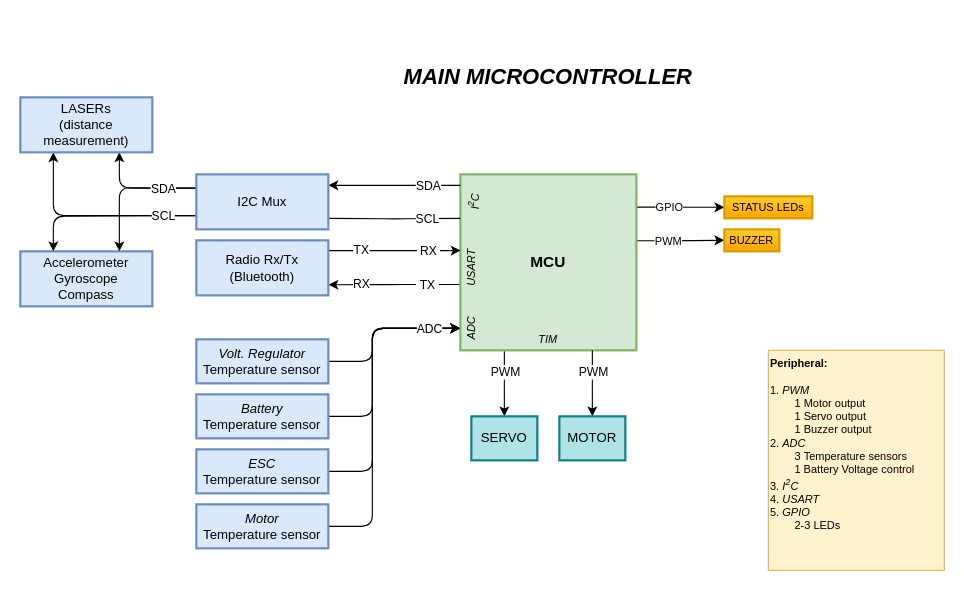
Before: Schematics and Diagrams/SchematicDrawing_MCU.drawio in vladubase/Roborace, a draw.io diagram. Source tidied: cells renumbered, new cells numbered last; positions are measured from the earlier drawing's top-left corner, leaving out a move shared by most shapes. Both pictures are drawn from the tidied source at 110%, with x=0, y=0 at pixel (9, 64).
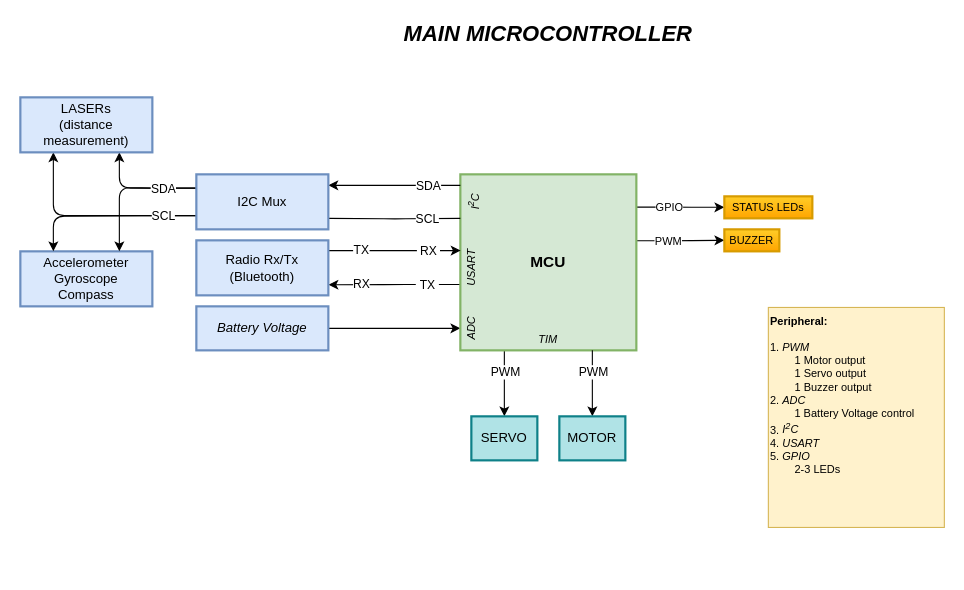
After the change.

The change refers to these unchanged cells:
```xml
<mxCell id="13" value="&lt;font style=&quot;font-size: 14px&quot;&gt;&lt;b&gt;MCU&lt;br&gt;&lt;/b&gt;&lt;/font&gt;" style="whiteSpace=wrap;html=1;strokeWidth=2;fillColor=#d5e8d4;strokeColor=#82b366;shadow=0;sketch=0;" parent="1" vertex="1">
  <mxGeometry x="410" y="100" width="160" height="160" as="geometry" />
</mxCell>
<mxCell id="33" value="ADC" style="text;html=1;strokeColor=none;fillColor=none;align=center;verticalAlign=middle;whiteSpace=wrap;rounded=0;labelBackgroundColor=none;labelBorderColor=none;fontSize=10;fontStyle=2;horizontal=0;" parent="1" vertex="1">
  <mxGeometry x="410" y="220" width="20" height="40" as="geometry" />
</mxCell>
```

What changed in the source:
```diff
@@
-    <mxCell id="2" style="edgeStyle=orthogonalEdgeStyle;rounded=1;jettySize=auto;html=1;entryX=0;entryY=0.5;entryDx=0;entryDy=0;startArrow=none;startFill=0;endArrow=classic;endFill=1;strokeWidth=1;" parent="1" edge="1" source="39" target="33">
-      <mxGeometry relative="1" as="geometry">
-        <Array as="points">
-          <mxPoint x="330" y="420" />
-          <mxPoint x="330" y="240" />
-        </Array>
-      </mxGeometry>
-    </mxCell>
     <mxCell id="3" style="edgeStyle=orthogonalEdgeStyle;rounded=1;jettySize=auto;html=1;entryX=0;entryY=0.5;entryDx=0;entryDy=0;fontSize=14;exitX=1;exitY=0.5;exitDx=0;exitDy=0;" parent="1" edge="1" source="37">
       <mxGeometry relative="1" as="geometry">
         <mxPoint x="410" y="240" as="targetPoint" />
         <Array as="points">
-          <mxPoint x="330" y="270" />
-          <mxPoint x="330" y="240" />
+          <mxPoint x="310" y="240" />
+          <mxPoint x="310" y="240" />
         </Array>
       </mxGeometry>
     </mxCell>
-    <mxCell id="4" style="edgeStyle=orthogonalEdgeStyle;rounded=1;jettySize=auto;html=1;entryX=0;entryY=0.5;entryDx=0;entryDy=0;fontSize=14;exitX=1;exitY=0.5;exitDx=0;exitDy=0;" parent="1" edge="1" source="36" target="33">
-      <mxGeometry relative="1" as="geometry">
-        <Array as="points">
-          <mxPoint x="330" y="320" />
-          <mxPoint x="330" y="240" />
-        </Array>
-      </mxGeometry>
-    </mxCell>
@@
-    <mxCell id="14" style="edgeStyle=orthogonalEdgeStyle;jettySize=auto;html=1;rounded=1;entryX=-0.001;entryY=0.874;entryDx=0;entryDy=0;entryPerimeter=0;exitX=1;exitY=0.5;exitDx=0;exitDy=0;" parent="1" edge="1" source="16" target="13">
-      <mxGeometry relative="1" as="geometry">
-        <Array as="points">
-          <mxPoint x="330" y="370" />
-          <mxPoint x="330" y="240" />
-        </Array>
-      </mxGeometry>
-    </mxCell>
-    <mxCell id="15" value="ADC" style="edgeLabel;html=1;align=center;verticalAlign=middle;" parent="14" vertex="1">
-      <mxGeometry x="0.22" y="-1" relative="1" as="geometry">
-        <mxPoint x="50" y="-17" as="offset" />
-      </mxGeometry>
-    </mxCell>
-    <mxCell id="16" value="&lt;i&gt;ESC&lt;/i&gt;&lt;br&gt;Temperature sensor" style="rounded=0;whiteSpace=wrap;html=1;strokeWidth=2;fillColor=#dae8fc;strokeColor=#6c8ebf;" parent="1" vertex="1">
-      <mxGeometry x="170" y="350" width="120" height="40" as="geometry" />
-    </mxCell>
@@
-    <mxCell id="28" value="&lt;b&gt;Peripheral:&lt;br&gt;&lt;/b&gt;&lt;br&gt;1. &lt;i&gt;PWM&lt;/i&gt;&lt;br&gt;&lt;span style=&quot;white-space: pre&quot;&gt;&#9;&lt;/span&gt;1&amp;nbsp;Motor output&lt;br&gt;&lt;span style=&quot;white-space: pre&quot;&gt;&#9;&lt;/span&gt;1 Servo output&lt;br&gt;&lt;span style=&quot;white-space: pre&quot;&gt;&#9;&lt;/span&gt;1 Buzzer output&lt;br&gt;2. &lt;i&gt;ADC&lt;/i&gt;&lt;br&gt;&lt;span style=&quot;white-space: pre&quot;&gt;&#9;&lt;/span&gt;3&amp;nbsp;Temperature sensors&lt;br&gt;&amp;nbsp; &amp;nbsp; &amp;nbsp; &amp;nbsp; 1 Battery Voltage control&lt;br&gt;3. &lt;i&gt;I&lt;sup&gt;2&lt;/sup&gt;C&lt;/i&gt;&lt;br&gt;4. &lt;i&gt;USART&lt;/i&gt;&lt;br&gt;5. &lt;i&gt;GPIO&lt;/i&gt;&lt;br&gt;&lt;span style=&quot;white-space: pre&quot;&gt;&#9;&lt;/span&gt;2-3 LEDs" style="text;html=1;strokeColor=#d6b656;fillColor=#fff2cc;align=left;verticalAlign=top;whiteSpace=wrap;rounded=0;fontSize=10;horizontal=1;labelBackgroundColor=none;sketch=0;" parent="1" vertex="1">
-      <mxGeometry x="690" y="260" width="160" height="200" as="geometry" />
+    <mxCell id="28" value="&lt;b&gt;Peripheral:&lt;br&gt;&lt;/b&gt;&lt;br&gt;1. &lt;i&gt;PWM&lt;/i&gt;&lt;br&gt;&lt;span style=&quot;white-space: pre&quot;&gt;&#9;&lt;/span&gt;1&amp;nbsp;Motor output&lt;br&gt;&lt;span style=&quot;white-space: pre&quot;&gt;&#9;&lt;/span&gt;1 Servo output&lt;br&gt;&lt;span style=&quot;white-space: pre&quot;&gt;&#9;&lt;/span&gt;1 Buzzer output&lt;br&gt;2. &lt;i&gt;ADC&lt;/i&gt;&lt;br&gt;&amp;nbsp; &amp;nbsp; &amp;nbsp; &amp;nbsp; 1 Battery Voltage control&lt;br&gt;3. &lt;i&gt;I&lt;sup&gt;2&lt;/sup&gt;C&lt;/i&gt;&lt;br&gt;4. &lt;i&gt;USART&lt;/i&gt;&lt;br&gt;5. &lt;i&gt;GPIO&lt;/i&gt;&lt;br&gt;&lt;span style=&quot;white-space: pre&quot;&gt;&#9;&lt;/span&gt;2-3 LEDs" style="text;html=1;strokeColor=#d6b656;fillColor=#fff2cc;align=left;verticalAlign=top;whiteSpace=wrap;rounded=0;fontSize=10;horizontal=1;labelBackgroundColor=none;sketch=0;" parent="1" vertex="1">
+      <mxGeometry x="690" y="221" width="160" height="200" as="geometry" />
     </mxCell>
@@
     <mxCell id="35" value="MAIN MICROCONTROLLER" style="text;html=1;strokeColor=none;fillColor=none;align=center;verticalAlign=middle;whiteSpace=wrap;rounded=0;fontStyle=3;fontSize=20;" parent="1" vertex="1">
-      <mxGeometry x="355" width="270" height="20" as="geometry" />
+      <mxGeometry x="355" y="-39" width="270" height="20" as="geometry" />
     </mxCell>
-    <mxCell id="36" value="&lt;i&gt;Battery&lt;/i&gt;&lt;br&gt;Temperature sensor" style="rounded=0;whiteSpace=wrap;html=1;strokeWidth=2;fillColor=#dae8fc;strokeColor=#6c8ebf;" parent="1" vertex="1">
-      <mxGeometry x="170" y="300" width="120" height="40" as="geometry" />
-    </mxCell>
-    <mxCell id="37" value="&lt;i&gt;Volt. Regulator&lt;br&gt;&lt;/i&gt;Temperature sensor" style="rounded=0;whiteSpace=wrap;html=1;strokeWidth=2;fillColor=#dae8fc;strokeColor=#6c8ebf;" parent="1" vertex="1">
-      <mxGeometry x="170" y="250" width="120" height="40" as="geometry" />
+    <mxCell id="37" value="&lt;i&gt;Battery Voltage&lt;/i&gt;" style="rounded=0;whiteSpace=wrap;html=1;strokeWidth=2;fillColor=#dae8fc;strokeColor=#6c8ebf;" parent="1" vertex="1">
+      <mxGeometry x="170" y="220" width="120" height="40" as="geometry" />
     </mxCell>
@@
-    <mxCell id="39" value="&lt;i&gt;Motor&lt;br&gt;&lt;/i&gt;Temperature sensor" style="rounded=0;whiteSpace=wrap;html=1;strokeWidth=2;fillColor=#dae8fc;strokeColor=#6c8ebf;" parent="1" vertex="1">
-      <mxGeometry x="170" y="400" width="120" height="40" as="geometry" />
-    </mxCell>
```
